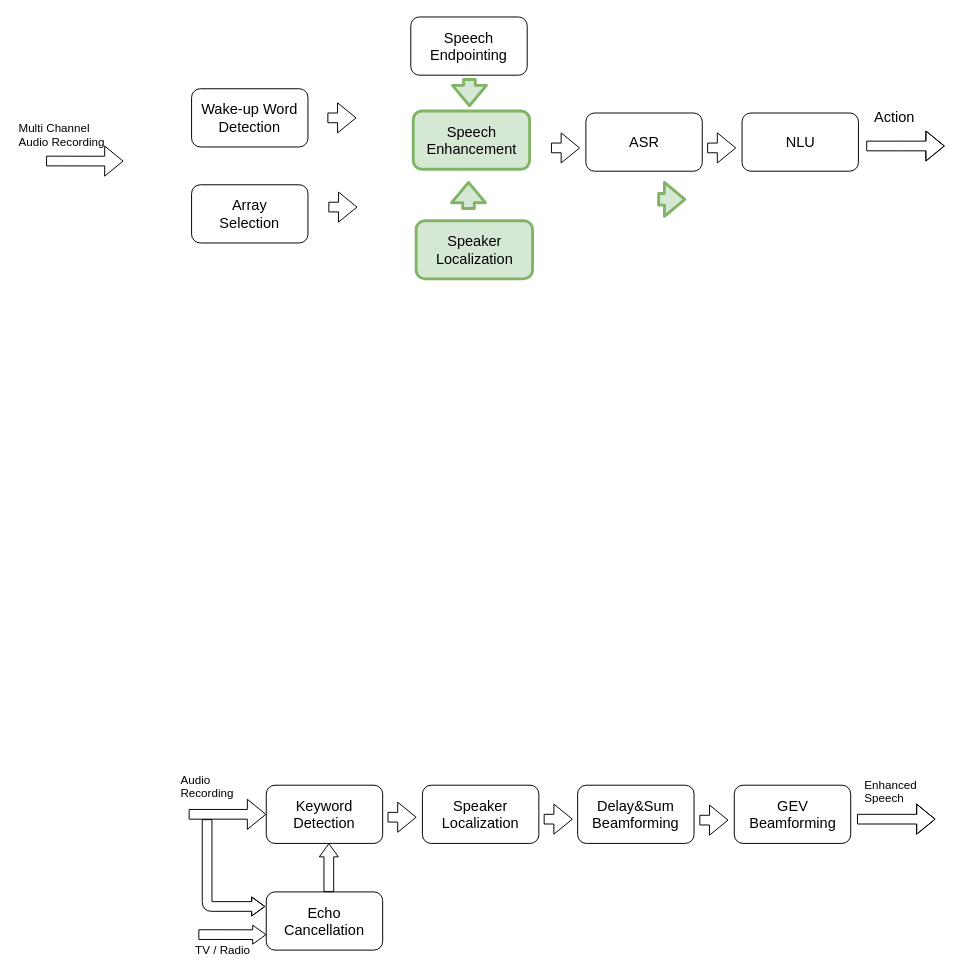
Earlier version of the draw.io diagram page "Page-1" (1 of 2) of vocadom_doa_se.drawio (sunits/Random). Source tidied: cells renumbered, new cells numbered last; positions are measured from the earlier drawing's top-left corner, leaving out a move shared by most shapes. Both pictures are drawn from the tidied source at 97%, with x=0, y=0 at pixel (16, 16).
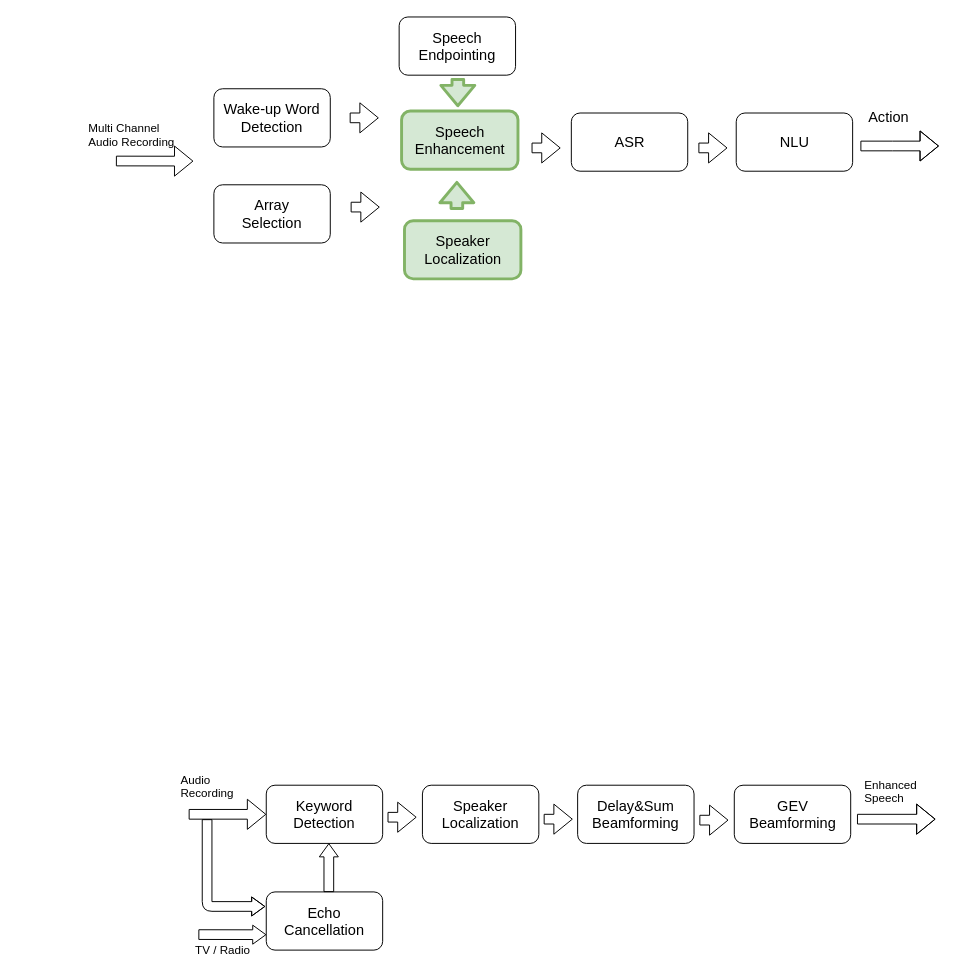
After the change.

The edit, as a diff of the source:
```diff
@@
     <mxCell id="2" value="&lt;div style=&quot;font-size: 15px&quot;&gt;&lt;font style=&quot;font-size: 15px&quot;&gt;Array &lt;br&gt;&lt;/font&gt;&lt;/div&gt;&lt;div style=&quot;font-size: 15px&quot;&gt;&lt;font style=&quot;font-size: 15px&quot;&gt;Selection&lt;/font&gt;&lt;/div&gt;" style="rounded=1;whiteSpace=wrap;html=1;comic=0;" parent="1" vertex="1">
-      <mxGeometry x="180" y="173" width="120" height="60" as="geometry" />
+      <mxGeometry x="203" y="173" width="120" height="60" as="geometry" />
     </mxCell>
     <mxCell id="3" value="&lt;div style=&quot;font-size: 15px&quot;&gt;&lt;font style=&quot;font-size: 15px&quot;&gt;Wake-up Word&lt;br&gt;&lt;/font&gt;&lt;/div&gt;&lt;div style=&quot;font-size: 15px&quot;&gt;&lt;font style=&quot;font-size: 15px&quot;&gt;Detection&lt;br&gt;&lt;/font&gt;&lt;/div&gt;" style="rounded=1;whiteSpace=wrap;html=1;comic=0;" parent="1" vertex="1">
-      <mxGeometry x="180" y="74" width="120" height="60" as="geometry" />
+      <mxGeometry x="203" y="74" width="120" height="60" as="geometry" />
     </mxCell>
     <mxCell id="4" value="&lt;div style=&quot;font-size: 15px&quot;&gt;&lt;font style=&quot;font-size: 15px&quot;&gt;Speaker&lt;/font&gt;&lt;/div&gt;&lt;div style=&quot;font-size: 15px&quot;&gt;&lt;font style=&quot;font-size: 15px&quot;&gt;Localization&lt;/font&gt;&lt;/div&gt;" style="rounded=1;whiteSpace=wrap;html=1;comic=0;fillColor=#d5e8d4;strokeColor=#82b366;strokeWidth=3;" parent="1" vertex="1">
-      <mxGeometry x="411.5" y="210" width="120" height="60" as="geometry" />
+      <mxGeometry x="399.5" y="210" width="120" height="60" as="geometry" />
     </mxCell>
     <mxCell id="5" value="&lt;div style=&quot;font-size: 15px&quot;&gt;&lt;font style=&quot;font-size: 15px&quot;&gt;Speech &lt;br&gt;&lt;/font&gt;&lt;/div&gt;&lt;div style=&quot;font-size: 15px&quot;&gt;&lt;font style=&quot;font-size: 15px&quot;&gt;Enhancement&lt;br&gt;&lt;/font&gt;&lt;/div&gt;" style="rounded=1;whiteSpace=wrap;html=1;comic=0;fillColor=#d5e8d4;strokeColor=#82b366;strokeWidth=3;" parent="1" vertex="1">
-      <mxGeometry x="408.5" y="97" width="120" height="60" as="geometry" />
+      <mxGeometry x="396.5" y="97" width="120" height="60" as="geometry" />
     </mxCell>
     <mxCell id="6" style="shape=flexArrow;endArrow=classic;html=1;" parent="1" edge="1">
       <mxGeometry relative="1" as="geometry">
-        <mxPoint x="320" y="104" as="sourcePoint" />
-        <mxPoint x="350" y="104" as="targetPoint" />
+        <mxPoint x="343" y="104" as="sourcePoint" />
+        <mxPoint x="373" y="104" as="targetPoint" />
       </mxGeometry>
     </mxCell>
     <mxCell id="7" style="shape=flexArrow;endArrow=classic;html=1;" parent="1" edge="1">
       <mxGeometry relative="1" as="geometry">
-        <mxPoint x="321" y="196" as="sourcePoint" />
-        <mxPoint x="351" y="196" as="targetPoint" />
+        <mxPoint x="344" y="196" as="sourcePoint" />
+        <mxPoint x="374" y="196" as="targetPoint" />
       </mxGeometry>
     </mxCell>
     <mxCell id="8" style="shape=flexArrow;endArrow=classic;html=1;entryX=0;entryY=0.5;entryDx=0;entryDy=0;" parent="1" edge="1">
       <mxGeometry relative="1" as="geometry">
-        <mxPoint x="30" y="148.5" as="sourcePoint" />
-        <mxPoint x="109.9" y="148.6" as="targetPoint" />
+        <mxPoint x="102" y="148.5" as="sourcePoint" />
+        <mxPoint x="181.9" y="148.6" as="targetPoint" />
       </mxGeometry>
     </mxCell>
     <mxCell id="9" value="&lt;div&gt;&lt;font style=&quot;font-size: 12px&quot;&gt;Multi Channel&amp;nbsp; &lt;br&gt;&lt;/font&gt;&lt;/div&gt;&lt;div&gt;&lt;font style=&quot;font-size: 12px&quot;&gt;Audio Recording&lt;/font&gt;&lt;/div&gt;" style="text;html=1;align=left;verticalAlign=top;spacingTop=-4;" parent="1" vertex="1">
-      <mxGeometry y="104.5" width="100" height="30" as="geometry" />
+      <mxGeometry x="72" y="104.5" width="100" height="30" as="geometry" />
     </mxCell>
@@
     <mxCell id="26" value="&lt;div style=&quot;font-size: 15px&quot;&gt;&lt;font style=&quot;font-size: 15px&quot;&gt;ASR&lt;/font&gt;&lt;/div&gt;" style="rounded=1;whiteSpace=wrap;html=1;comic=0;" parent="1" vertex="1">
-      <mxGeometry x="586.5" y="99" width="120" height="60" as="geometry" />
+      <mxGeometry x="571.5" y="99" width="120" height="60" as="geometry" />
     </mxCell>
     <mxCell id="27" style="shape=flexArrow;endArrow=classic;html=1;" parent="1" edge="1">
       <mxGeometry relative="1" as="geometry">
-        <mxPoint x="550.5" y="135" as="sourcePoint" />
-        <mxPoint x="580.5" y="135" as="targetPoint" />
+        <mxPoint x="530.5" y="135" as="sourcePoint" />
+        <mxPoint x="560.5" y="135" as="targetPoint" />
       </mxGeometry>
     </mxCell>
     <mxCell id="28" value="&lt;div style=&quot;font-size: 15px&quot;&gt;&lt;font style=&quot;font-size: 15px&quot;&gt;NLU&lt;/font&gt;&lt;/div&gt;" style="rounded=1;whiteSpace=wrap;html=1;comic=0;" parent="1" vertex="1">
-      <mxGeometry x="747.5" y="99" width="120" height="60" as="geometry" />
+      <mxGeometry x="741.5" y="99" width="120" height="60" as="geometry" />
     </mxCell>
     <mxCell id="29" style="shape=flexArrow;endArrow=classic;html=1;" parent="1" edge="1">
       <mxGeometry relative="1" as="geometry">
-        <mxPoint x="711.5" y="135" as="sourcePoint" />
-        <mxPoint x="741.5" y="135" as="targetPoint" />
+        <mxPoint x="702.5" y="135" as="sourcePoint" />
+        <mxPoint x="732.5" y="135" as="targetPoint" />
       </mxGeometry>
     </mxCell>
     <mxCell id="30" style="shape=flexArrow;endArrow=classic;html=1;" parent="1" edge="1">
       <mxGeometry relative="1" as="geometry">
-        <mxPoint x="875.5" y="133" as="sourcePoint" />
-        <mxPoint x="956.5" y="133" as="targetPoint" />
+        <mxPoint x="869.5" y="133" as="sourcePoint" />
+        <mxPoint x="950.5" y="133" as="targetPoint" />
         <Array as="points">
-          <mxPoint x="908.5" y="133" />
+          <mxPoint x="902.5" y="133" />
         </Array>
       </mxGeometry>
     </mxCell>
     <mxCell id="31" value="&lt;font style=&quot;font-size: 15px&quot;&gt;Action&lt;/font&gt;" style="text;html=1;align=left;verticalAlign=top;spacingTop=-4;" parent="1" vertex="1">
-      <mxGeometry x="881.5" y="92" width="60" height="20" as="geometry" />
+      <mxGeometry x="875.5" y="92" width="60" height="20" as="geometry" />
     </mxCell>
     <mxCell id="32" value="&lt;font style=&quot;font-size: 15px&quot;&gt;Speech&lt;/font&gt;&lt;div style=&quot;font-size: 15px&quot;&gt;&lt;font style=&quot;font-size: 15px&quot;&gt;Endpointing&lt;br&gt;&lt;/font&gt;&lt;/div&gt;" style="rounded=1;whiteSpace=wrap;html=1;comic=0;" parent="1" vertex="1">
-      <mxGeometry x="406" width="120" height="60" as="geometry" />
+      <mxGeometry x="394" width="120" height="60" as="geometry" />
     </mxCell>
     <mxCell id="33" style="shape=flexArrow;endArrow=classic;html=1;fillColor=#d5e8d4;strokeColor=#82b366;strokeWidth=3;" parent="1" edge="1">
       <mxGeometry relative="1" as="geometry">
-        <mxPoint x="465.5" y="199" as="sourcePoint" />
-        <mxPoint x="465.5" y="169" as="targetPoint" />
+        <mxPoint x="453.5" y="199" as="sourcePoint" />
+        <mxPoint x="453.5" y="169" as="targetPoint" />
       </mxGeometry>
     </mxCell>
     <mxCell id="34" style="shape=flexArrow;endArrow=classic;html=1;fillColor=#d5e8d4;strokeColor=#82b366;strokeWidth=3;" parent="1" edge="1">
       <mxGeometry relative="1" as="geometry">
-        <mxPoint x="466.5" y="63" as="sourcePoint" />
-        <mxPoint x="466.5" y="93" as="targetPoint" />
+        <mxPoint x="454.5" y="63" as="sourcePoint" />
+        <mxPoint x="454.5" y="93" as="targetPoint" />
       </mxGeometry>
     </mxCell>
-    <mxCell id="35" style="shape=flexArrow;endArrow=classic;html=1;fillColor=#d5e8d4;strokeColor=#82b366;strokeWidth=3;" parent="1" edge="1">
-      <mxGeometry relative="1" as="geometry">
-        <mxPoint x="660" y="188" as="sourcePoint" />
-        <mxPoint x="690" y="188" as="targetPoint" />
-      </mxGeometry>
-    </mxCell>
```
